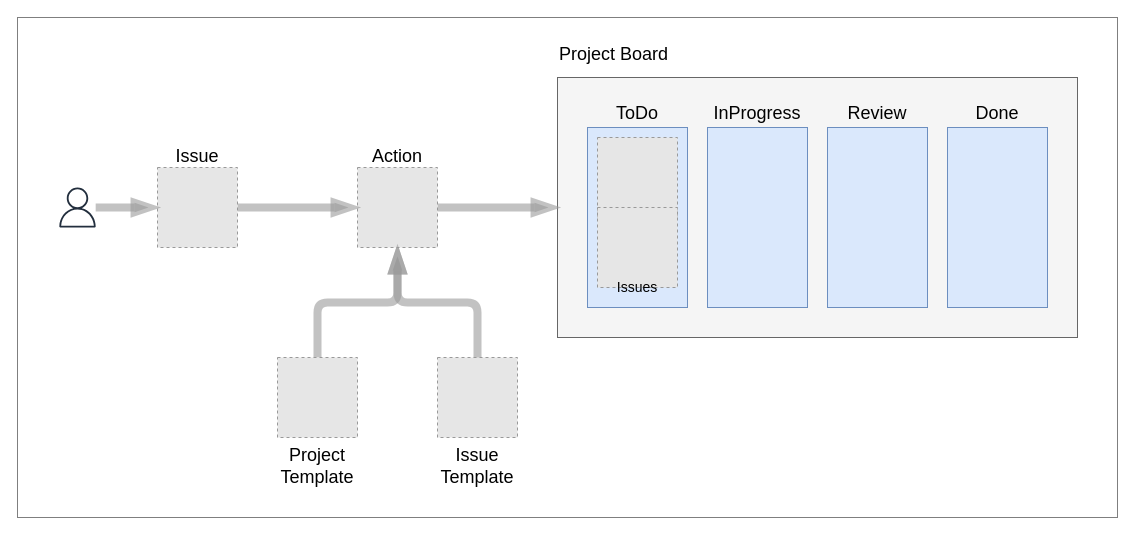
Before: docs/images/pb-action.drawio in jefeish/project-template-action, a draw.io diagram. Source tidied: cells renumbered, new cells numbered last; positions are measured from the earlier drawing's top-left corner, leaving out a move shared by most shapes. Both pictures are drawn from the tidied source at 100%, with x=0, y=0 at pixel (17, 17). Pictures stored in the file or linked from it are replaced by grey dashed boxes.
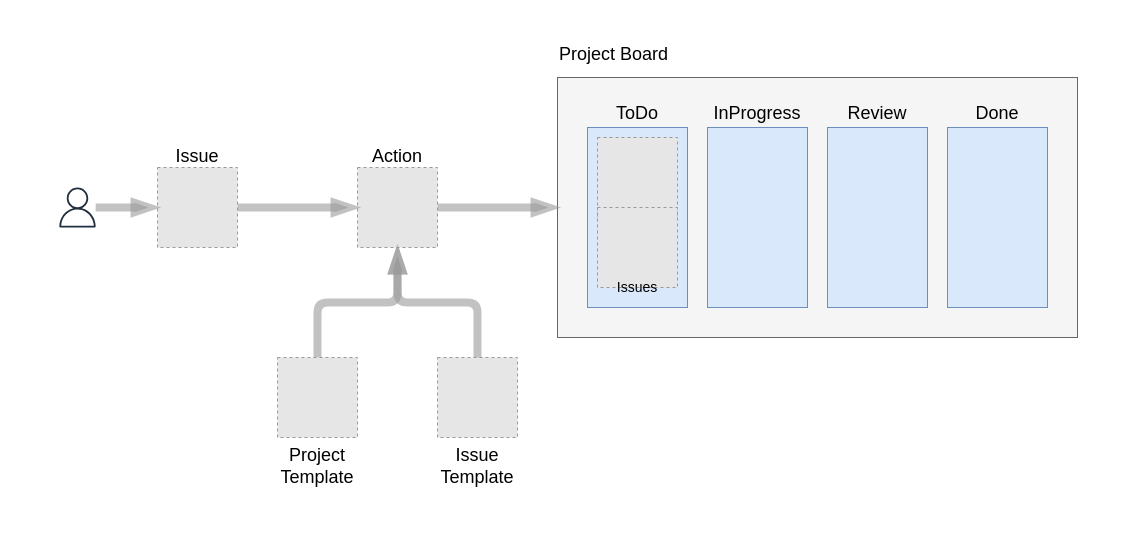
The same diagram, later.

Change to the diagram source:
```diff
@@
-    <mxCell id="2" style="rounded=0;whiteSpace=wrap;html=1;opacity=50;" parent="1" vertex="1">
+    <mxCell id="2" style="rounded=0;whiteSpace=wrap;html=1;opacity=50;strokeColor=none;" parent="1" vertex="1">
       <mxGeometry width="1100" height="500" as="geometry" />
     </mxCell>
```
